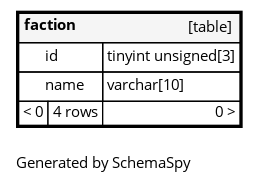
Before: diagrams/tables/faction.1degree.png, a diagram exported from Graphviz (FAForever/db). Its source is kept beside it as diagrams/tables/faction.1degree.dot. The source it was exported from:
```dot
digraph "oneDegreeRelationshipsDiagram" {
  graph [    rankdir="RL"    bgcolor="#ffffff"    label="\nGenerated by SchemaSpy"    labeljust="l"    nodesep="0.18"    ranksep="0.46"    fontname="Helvetica"    fontsize="11"    ration="compress"  ];  node [    fontname="Helvetica"    fontsize="11"    shape="plaintext"  ];  edge [    arrowsize="0.8"  ];
  "faction" [
   label=<
    <TABLE BORDER="2" CELLBORDER="1" CELLSPACING="0" BGCOLOR="#ffffff">
      <TR><TD COLSPAN="4"  BGCOLOR="#f5f5f5"><TABLE BORDER="0" CELLSPACING="0"><TR><TD ALIGN="LEFT" FIXEDSIZE="TRUE" WIDTH="42" HEIGHT="16"><B>faction</B></TD><TD ALIGN="RIGHT">[table]</TD></TR></TABLE></TD></TR>
      <TR><TD PORT="id" COLSPAN="2" ALIGN="LEFT"><TABLE BORDER="0" CELLSPACING="0" ALIGN="LEFT"><TR ALIGN="LEFT"><TD ALIGN="LEFT" FIXEDSIZE="TRUE" WIDTH="15" HEIGHT="16"></TD><TD ALIGN="LEFT" FIXEDSIZE="TRUE" WIDTH="42" HEIGHT="16">id</TD></TR></TABLE></TD><TD PORT="id.type" ALIGN="LEFT">tinyint unsigned[3]</TD></TR>
      <TR><TD PORT="name" COLSPAN="2" ALIGN="LEFT"><TABLE BORDER="0" CELLSPACING="0" ALIGN="LEFT"><TR ALIGN="LEFT"><TD ALIGN="LEFT" FIXEDSIZE="TRUE" WIDTH="15" HEIGHT="16"></TD><TD ALIGN="LEFT" FIXEDSIZE="TRUE" WIDTH="42" HEIGHT="16">name</TD></TR></TABLE></TD><TD PORT="name.type" ALIGN="LEFT">varchar[10]</TD></TR>
      <TR><TD ALIGN="LEFT" BGCOLOR="#ffffff">&lt; 0</TD><TD ALIGN="RIGHT" BGCOLOR="#ffffff">4 rows</TD><TD ALIGN="RIGHT" BGCOLOR="#ffffff">0 &gt;</TD></TR>
    </TABLE>>
    URL="faction.html"
    target="_top"
    tooltip="faction"
  ];
}
```
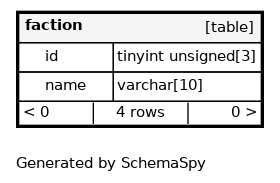
Later version of the same file.

Diff of the diagram source:
```diff
@@ -1,12 +1,12 @@
 digraph "oneDegreeRelationshipsDiagram" {
-  graph [    rankdir="RL"    bgcolor="#ffffff"    label="\nGenerated by SchemaSpy"    labeljust="l"    nodesep="0.18"    ranksep="0.46"    fontname="Helvetica"    fontsize="11"    ration="compress"  ];  node [    fontname="Helvetica"    fontsize="11"    shape="plaintext"  ];  edge [    arrowsize="0.8"  ];
+  graph [    rankdir="RL"    bgcolor="#ffffff"    label="\nGenerated by SchemaSpy"    labeljust="l"    nodesep="0.18"    ranksep="0.46"    fontname="Helvetica"    fontsize="11"    packmode="graph"  ];  node [    fontname="Helvetica"    fontsize="11"    shape="plaintext"  ];  edge [    arrowsize="0.8"  ];
   "faction" [
    label=<
     <TABLE BORDER="2" CELLBORDER="1" CELLSPACING="0" BGCOLOR="#ffffff">
-      <TR><TD COLSPAN="4"  BGCOLOR="#f5f5f5"><TABLE BORDER="0" CELLSPACING="0"><TR><TD ALIGN="LEFT" FIXEDSIZE="TRUE" WIDTH="42" HEIGHT="16"><B>faction</B></TD><TD ALIGN="RIGHT">[table]</TD></TR></TABLE></TD></TR>
-      <TR><TD PORT="id" COLSPAN="2" ALIGN="LEFT"><TABLE BORDER="0" CELLSPACING="0" ALIGN="LEFT"><TR ALIGN="LEFT"><TD ALIGN="LEFT" FIXEDSIZE="TRUE" WIDTH="15" HEIGHT="16"></TD><TD ALIGN="LEFT" FIXEDSIZE="TRUE" WIDTH="42" HEIGHT="16">id</TD></TR></TABLE></TD><TD PORT="id.type" ALIGN="LEFT">tinyint unsigned[3]</TD></TR>
-      <TR><TD PORT="name" COLSPAN="2" ALIGN="LEFT"><TABLE BORDER="0" CELLSPACING="0" ALIGN="LEFT"><TR ALIGN="LEFT"><TD ALIGN="LEFT" FIXEDSIZE="TRUE" WIDTH="15" HEIGHT="16"></TD><TD ALIGN="LEFT" FIXEDSIZE="TRUE" WIDTH="42" HEIGHT="16">name</TD></TR></TABLE></TD><TD PORT="name.type" ALIGN="LEFT">varchar[10]</TD></TR>
-      <TR><TD ALIGN="LEFT" BGCOLOR="#ffffff">&lt; 0</TD><TD ALIGN="RIGHT" BGCOLOR="#ffffff">4 rows</TD><TD ALIGN="RIGHT" BGCOLOR="#ffffff">0 &gt;</TD></TR>
+      <TR><TD COLSPAN="4"  BGCOLOR="#f5f5f5"><TABLE BORDER="0" CELLSPACING="0"><TR><TD ALIGN="LEFT" FIXEDSIZE="TRUE" WIDTH="50" HEIGHT="16"><B>faction</B></TD><TD ALIGN="RIGHT">[table]</TD></TR></TABLE></TD></TR>
+      <TR><TD PORT="id" COLSPAN="2" ALIGN="LEFT"><TABLE BORDER="0" CELLSPACING="0" ALIGN="LEFT"><TR ALIGN="LEFT"><TD ALIGN="LEFT" FIXEDSIZE="TRUE" WIDTH="15" HEIGHT="16"></TD><TD ALIGN="LEFT" FIXEDSIZE="TRUE" WIDTH="50" HEIGHT="16">id</TD></TR></TABLE></TD><TD PORT="id.type" ALIGN="LEFT">tinyint unsigned[3]</TD></TR>
+      <TR><TD PORT="name" COLSPAN="2" ALIGN="LEFT"><TABLE BORDER="0" CELLSPACING="0" ALIGN="LEFT"><TR ALIGN="LEFT"><TD ALIGN="LEFT" FIXEDSIZE="TRUE" WIDTH="15" HEIGHT="16"></TD><TD ALIGN="LEFT" FIXEDSIZE="TRUE" WIDTH="50" HEIGHT="16">name</TD></TR></TABLE></TD><TD PORT="name.type" ALIGN="LEFT">varchar[10]</TD></TR>
+      <TR><TD ALIGN="LEFT" CELLPADDING="0" BGCOLOR="#ffffff" COLSPAN="4" ><TABLE BORDER="0" CELLBORDER="0" CELLSPACING="0"><TR><TD ALIGN="LEFT" BGCOLOR="#ffffff">&lt; 0</TD><VR/><TD ALIGN="CENTER" BGCOLOR="#ffffff">4 rows</TD><VR/><TD ALIGN="RIGHT" BGCOLOR="#ffffff">0 &gt;</TD></TR></TABLE></TD></TR>
     </TABLE>>
     URL="faction.html"
     target="_top"
```
